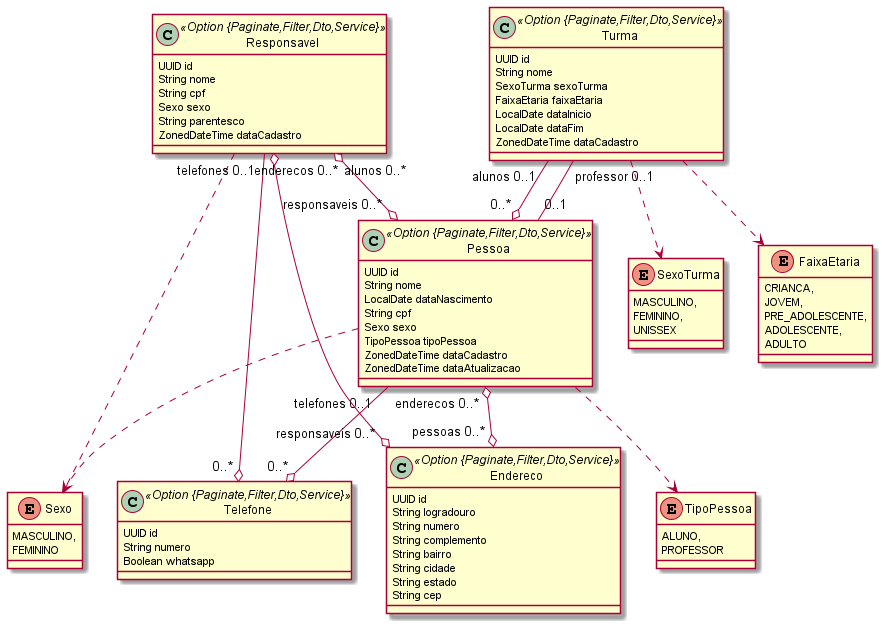
Earlier version of the PlantUML export Escola.png (CleoCordeiro/Escola-EBD).
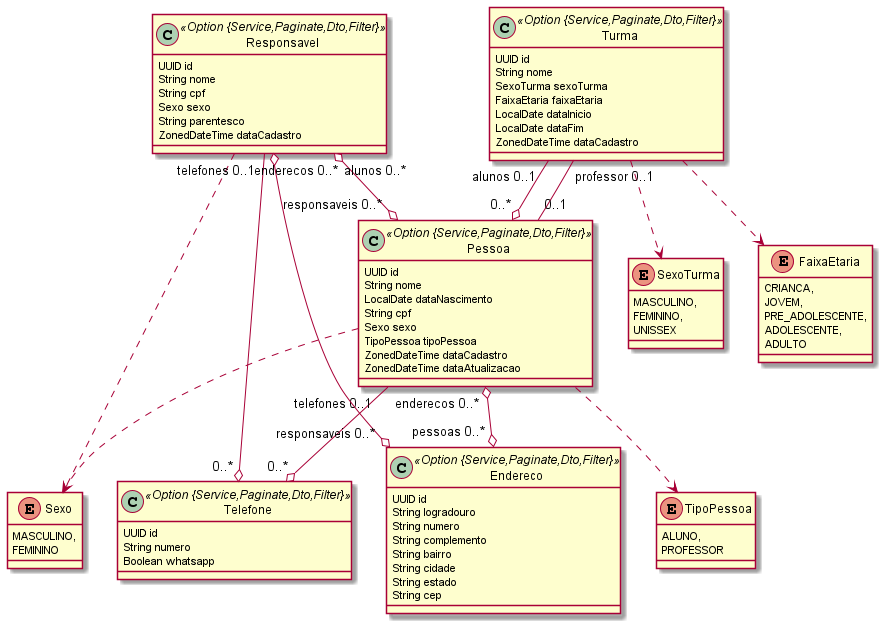
The same file after the commit.

Commit message:
Adicionado regra de negocio e testes ao setar turma.

Change to the diagram source:
```diff
@@ -1,6 +1,6 @@
 @startuml
 	!pragma syntax class
-	class Pessoa <<Option {Paginate,Filter,Dto,Service}>> {
+	class Pessoa <<Option {Service,Paginate,Dto,Filter}>> {
 		UUID id
 		String nome
 		LocalDate dataNascimento
@@ -12,7 +12,7 @@
 	}
 	Pessoa ..> Sexo
 	Pessoa ..> TipoPessoa
-	class Responsavel <<Option {Paginate,Filter,Dto,Service}>> {
+	class Responsavel <<Option {Service,Paginate,Dto,Filter}>> {
 		UUID id
 		String nome
 		String cpf
@@ -21,12 +21,12 @@
 		ZonedDateTime dataCadastro
 	}
 	Responsavel ..> Sexo
-	class Telefone <<Option {Paginate,Filter,Dto,Service}>> {
+	class Telefone <<Option {Service,Paginate,Dto,Filter}>> {
 		UUID id
 		String numero
 		Boolean whatsapp
 	}
-	class Endereco <<Option {Paginate,Filter,Dto,Service}>> {
+	class Endereco <<Option {Service,Paginate,Dto,Filter}>> {
 		UUID id
 		String logradouro
 		String numero
@@ -36,7 +36,7 @@
 		String estado
 		String cep
 	}
-	class Turma <<Option {Paginate,Filter,Dto,Service}>> {
+	class Turma <<Option {Service,Paginate,Dto,Filter}>> {
 		UUID id
 		String nome
 		SexoTurma sexoTurma
```
